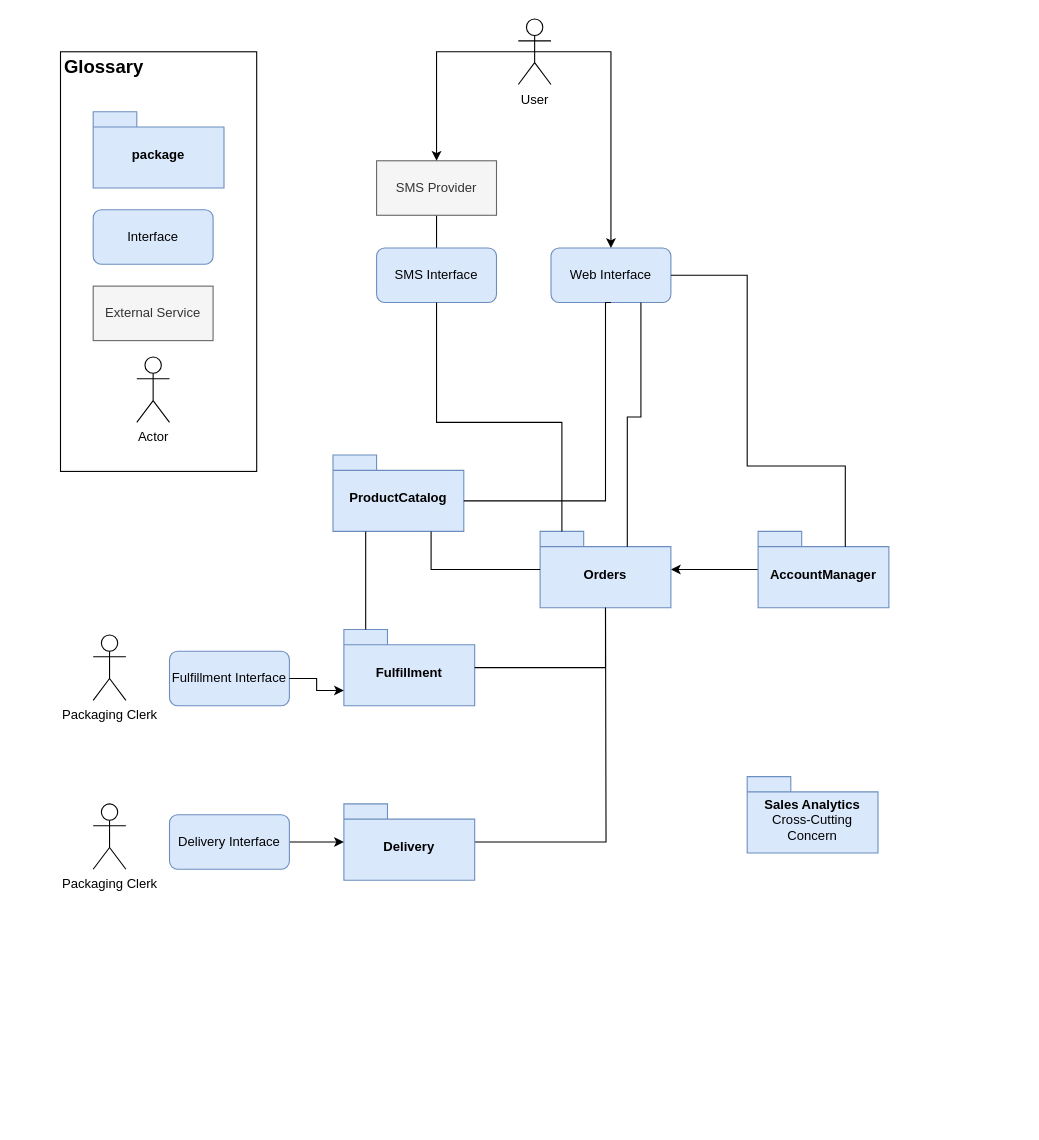
Earlier version of the draw.io diagram EarlyBird_High_Level_Model.drawio (Adrian-Hansen-dev/software-architecture). Source tidied: cells renumbered, new cells numbered last; positions are measured from the earlier drawing's top-left corner, leaving out a move shared by most shapes. Both pictures are drawn from the tidied source at 109%, with x=0, y=0 at pixel (60, 19).
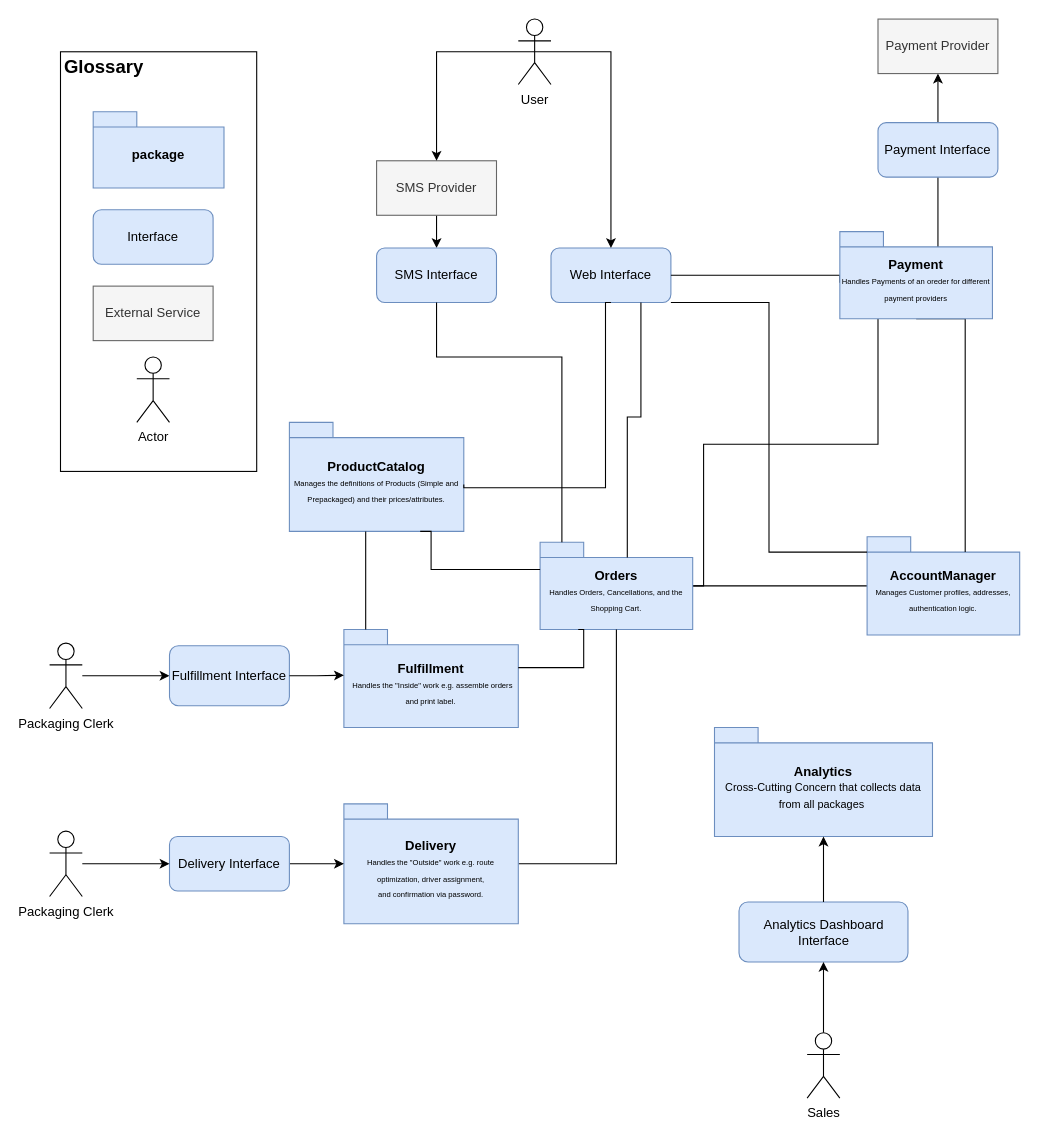
The same page after the edit.

Unchanged cells that the change refers to:
```xml
<mxCell id="10" value="SMS Provider" style="html=1;whiteSpace=wrap;fillColor=#f5f5f5;fontColor=#333333;strokeColor=#666666;" parent="1" vertex="1">
  <mxGeometry x="290" y="130" width="110" height="50" as="geometry" />
</mxCell>
<mxCell id="12" value="SMS Interface" style="html=1;whiteSpace=wrap;fillColor=#dae8fc;strokeColor=#6c8ebf;rounded=1;" parent="1" vertex="1">
  <mxGeometry x="290" y="210" width="110" height="50" as="geometry" />
</mxCell>
<mxCell id="13" value="Web Interface" style="html=1;whiteSpace=wrap;fillColor=#dae8fc;strokeColor=#6c8ebf;rounded=1;" parent="1" vertex="1">
  <mxGeometry x="450" y="210" width="110" height="50" as="geometry" />
</mxCell>
```

What changed in the source:
```diff
@@
-    <mxCell id="3" value="&lt;span class=&quot;notion-enable-hover&quot;&gt;ProductCatalog&lt;/span&gt;" style="shape=folder;fontStyle=1;spacingTop=10;tabWidth=40;tabHeight=14;tabPosition=left;html=1;whiteSpace=wrap;fillColor=#dae8fc;strokeColor=#6c8ebf;" parent="1" vertex="1">
-      <mxGeometry x="250" y="400" width="120" height="70" as="geometry" />
+    <mxCell id="3" value="&lt;span class=&quot;notion-enable-hover&quot;&gt;ProductCatalog&lt;/span&gt;&lt;div&gt;&lt;span style=&quot;font-weight: normal;&quot;&gt;&lt;font style=&quot;font-size: 7px;&quot;&gt;Manages the definitions of &lt;span style=&quot;&quot;&gt;Products&lt;/span&gt; (Simple and Prepackaged) and their prices/attributes.&lt;/font&gt;&lt;/span&gt;&lt;/div&gt;" style="shape=folder;fontStyle=1;spacingTop=10;tabWidth=40;tabHeight=14;tabPosition=left;html=1;whiteSpace=wrap;fillColor=#dae8fc;strokeColor=#6c8ebf;" parent="1" vertex="1">
+      <mxGeometry x="210" y="370" width="160" height="100" as="geometry" />
     </mxCell>
-    <mxCell id="4" style="edgeStyle=orthogonalEdgeStyle;rounded=0;jettySize=auto;html=1;" parent="1" edge="1" source="5" target="6">
+    <mxCell id="4" style="edgeStyle=orthogonalEdgeStyle;rounded=0;jettySize=auto;html=1;endArrow=none;endFill=0;" parent="1" edge="1" source="5" target="6">
       <mxGeometry relative="1" as="geometry" />
     </mxCell>
-    <mxCell id="5" value="&lt;span class=&quot;notion-enable-hover&quot;&gt;AccountManager&lt;/span&gt;" style="shape=folder;fontStyle=1;spacingTop=10;tabWidth=40;tabHeight=14;tabPosition=left;html=1;whiteSpace=wrap;fillColor=#dae8fc;strokeColor=#6c8ebf;" parent="1" vertex="1">
-      <mxGeometry x="640" y="470" width="120" height="70" as="geometry" />
+    <mxCell id="5" value="&lt;span class=&quot;notion-enable-hover&quot;&gt;AccountManager&lt;/span&gt;&lt;div&gt;&lt;span class=&quot;notion-enable-hover&quot;&gt;&lt;span style=&quot;font-size: 7px; font-weight: 400; text-align: left;&quot;&gt;Manages&amp;nbsp;&lt;/span&gt;&lt;span style=&quot;font-size: 7px; font-weight: 400; text-align: left;&quot;&gt;Customer&lt;/span&gt;&lt;span style=&quot;font-size: 7px; font-weight: 400; text-align: left;&quot;&gt;&amp;nbsp;profiles, addresses, authentication logic.&lt;/span&gt;&lt;/span&gt;&lt;/div&gt;" style="shape=folder;fontStyle=1;spacingTop=10;tabWidth=40;tabHeight=14;tabPosition=left;html=1;whiteSpace=wrap;fillColor=#dae8fc;strokeColor=#6c8ebf;" parent="1" vertex="1">
+      <mxGeometry x="740" y="475" width="140" height="90" as="geometry" />
     </mxCell>
+    <mxCell id="36" style="edgeStyle=orthogonalEdgeStyle;rounded=0;jettySize=auto;html=1;endArrow=none;endFill=0;entryX=0.25;entryY=1;entryDx=0;entryDy=0;entryPerimeter=0;" parent="1" edge="1" source="6" target="46">
+      <mxGeometry relative="1" as="geometry">
+        <Array as="points">
+          <mxPoint x="590" y="520" />
+          <mxPoint x="590" y="390" />
+          <mxPoint x="750" y="390" />
+        </Array>
+      </mxGeometry>
+    </mxCell>
-    <mxCell id="6" value="&lt;span class=&quot;notion-enable-hover&quot;&gt;Orders&lt;/span&gt;" style="shape=folder;fontStyle=1;spacingTop=10;tabWidth=40;tabHeight=14;tabPosition=left;html=1;whiteSpace=wrap;fillColor=#dae8fc;strokeColor=#6c8ebf;" parent="1" vertex="1">
-      <mxGeometry x="440" y="470" width="120" height="70" as="geometry" />
+    <mxCell id="6" value="&lt;span class=&quot;notion-enable-hover&quot;&gt;Orders&lt;/span&gt;&lt;div&gt;&lt;span class=&quot;notion-enable-hover&quot; style=&quot;font-weight: normal;&quot;&gt;&lt;font style=&quot;font-size: 7px;&quot;&gt;Handles &lt;span style=&quot;&quot;&gt;Orders&lt;/span&gt;, &lt;span style=&quot;&quot;&gt;Cancellations&lt;/span&gt;, and the &lt;span style=&quot;&quot;&gt;Shopping Cart.&lt;/span&gt;&lt;/font&gt;&lt;/span&gt;&lt;/div&gt;" style="shape=folder;fontStyle=1;spacingTop=10;tabWidth=40;tabHeight=14;tabPosition=left;html=1;whiteSpace=wrap;fillColor=#dae8fc;strokeColor=#6c8ebf;" parent="1" vertex="1">
+      <mxGeometry x="440" y="480" width="140" height="80" as="geometry" />
     </mxCell>
-    <mxCell id="7" value="&lt;span class=&quot;notion-enable-hover&quot;&gt;Sales Analytics&lt;/span&gt;&lt;div&gt;&lt;span class=&quot;notion-enable-hover&quot; style=&quot;font-weight: normal;&quot;&gt;Cross-Cutting Concern&lt;/span&gt;&lt;/div&gt;" style="shape=folder;fontStyle=1;spacingTop=10;tabWidth=40;tabHeight=14;tabPosition=left;html=1;whiteSpace=wrap;fillColor=#dae8fc;strokeColor=#6c8ebf;" parent="1" vertex="1">
-      <mxGeometry x="630" y="695" width="120" height="70" as="geometry" />
+    <mxCell id="7" value="&lt;span class=&quot;notion-enable-hover&quot;&gt;Analytics&lt;/span&gt;&lt;div&gt;&lt;span class=&quot;notion-enable-hover&quot; style=&quot;font-weight: normal;&quot;&gt;&lt;font style=&quot;font-size: 10px;&quot;&gt;Cross-Cutting Concern that collects data from all packages&amp;nbsp;&lt;/font&gt;&lt;/span&gt;&lt;/div&gt;" style="shape=folder;fontStyle=1;spacingTop=10;tabWidth=40;tabHeight=14;tabPosition=left;html=1;whiteSpace=wrap;fillColor=#dae8fc;strokeColor=#6c8ebf;" parent="1" vertex="1">
+      <mxGeometry x="600" y="650" width="200" height="100" as="geometry" />
     </mxCell>
-    <mxCell id="8" value="Fulfillment" style="shape=folder;fontStyle=1;spacingTop=10;tabWidth=40;tabHeight=14;tabPosition=left;html=1;whiteSpace=wrap;fillColor=#dae8fc;strokeColor=#6c8ebf;" parent="1" vertex="1">
-      <mxGeometry x="260" y="560" width="120" height="70" as="geometry" />
+    <mxCell id="8" value="Fulfillment&lt;div&gt;&amp;nbsp;&lt;font style=&quot;font-size: 7px; font-weight: normal;&quot;&gt;Handles the &quot;Inside&quot; work e.g. assemble orders and print label.&lt;/font&gt;&lt;/div&gt;" style="shape=folder;fontStyle=1;spacingTop=10;tabWidth=40;tabHeight=14;tabPosition=left;html=1;whiteSpace=wrap;fillColor=#dae8fc;strokeColor=#6c8ebf;" parent="1" vertex="1">
+      <mxGeometry x="260" y="560" width="160" height="90" as="geometry" />
     </mxCell>
-    <mxCell id="9" style="edgeStyle=orthogonalEdgeStyle;rounded=0;jettySize=auto;html=1;entryX=0.5;entryY=0;entryDx=0;entryDy=0;endArrow=none;endFill=0;" parent="1" edge="1" source="10" target="12">
+    <mxCell id="9" style="edgeStyle=orthogonalEdgeStyle;rounded=0;jettySize=auto;html=1;entryX=0.5;entryY=0;entryDx=0;entryDy=0;endArrow=classic;endFill=1;" parent="1" edge="1" source="10" target="12">
       <mxGeometry relative="1" as="geometry" />
     </mxCell>
@@
+    <mxCell id="37" style="edgeStyle=orthogonalEdgeStyle;rounded=0;jettySize=auto;html=1;entryX=0;entryY=0.5;entryDx=0;entryDy=0;" parent="1" edge="1" source="11" target="20">
+      <mxGeometry relative="1" as="geometry" />
+    </mxCell>
     <mxCell id="11" value="Packaging Clerk" style="shape=umlActor;verticalLabelPosition=bottom;verticalAlign=top;html=1;" parent="1" vertex="1">
-      <mxGeometry x="30" y="565" width="30" height="60" as="geometry" />
+      <mxGeometry x="-10" y="572.5" width="30" height="60" as="geometry" />
     </mxCell>
@@
-    <mxCell id="14" style="edgeStyle=orthogonalEdgeStyle;rounded=0;jettySize=auto;html=1;endArrow=none;endFill=0;" parent="1" edge="1" source="15">
-      <mxGeometry relative="1" as="geometry">
-        <mxPoint x="500" y="540" as="targetPoint" />
-      </mxGeometry>
+    <mxCell id="14" style="edgeStyle=orthogonalEdgeStyle;rounded=0;jettySize=auto;html=1;endArrow=none;endFill=0;entryX=0.5;entryY=1;entryDx=0;entryDy=0;entryPerimeter=0;" parent="1" edge="1" source="15" target="6">
+      <mxGeometry relative="1" as="geometry" />
     </mxCell>
-    <mxCell id="15" value="Delivery" style="shape=folder;fontStyle=1;spacingTop=10;tabWidth=40;tabHeight=14;tabPosition=left;html=1;whiteSpace=wrap;fillColor=#dae8fc;strokeColor=#6c8ebf;" parent="1" vertex="1">
-      <mxGeometry x="260" y="720" width="120" height="70" as="geometry" />
+    <mxCell id="15" value="Delivery&lt;div&gt;&lt;font style=&quot;font-size: 7px; font-weight: normal;&quot; face=&quot;Helvetica&quot;&gt;Handles the &quot;Outside&quot; work e.g. route optimization,&amp;nbsp;driver assignment, and&amp;nbsp;confirmation&amp;nbsp;via password.&lt;/font&gt;&lt;/div&gt;" style="shape=folder;fontStyle=1;spacingTop=10;tabWidth=40;tabHeight=14;tabPosition=left;html=1;whiteSpace=wrap;fillColor=#dae8fc;strokeColor=#6c8ebf;" parent="1" vertex="1">
+      <mxGeometry x="260" y="720" width="160" height="110" as="geometry" />
     </mxCell>
-    <mxCell id="16" style="edgeStyle=orthogonalEdgeStyle;rounded=0;jettySize=auto;html=1;entryX=0;entryY=0;entryDx=80;entryDy=14;entryPerimeter=0;exitX=1;exitY=0.5;exitDx=0;exitDy=0;endArrow=none;endFill=0;" parent="1" edge="1" source="13" target="5">
+    <mxCell id="16" style="edgeStyle=orthogonalEdgeStyle;rounded=0;jettySize=auto;html=1;exitX=0.5;exitY=1;exitDx=0;exitDy=0;endArrow=none;endFill=0;entryX=0;entryY=0;entryDx=90;entryDy=14;entryPerimeter=0;exitPerimeter=0;" parent="1" edge="1" source="46" target="5">
       <mxGeometry relative="1" as="geometry">
         <Array as="points">
-          <mxPoint x="630" y="235" />
-          <mxPoint x="630" y="410" />
-          <mxPoint x="720" y="410" />
+          <mxPoint x="830" y="275" />
         </Array>
       </mxGeometry>
     </mxCell>
-    <mxCell id="17" style="edgeStyle=orthogonalEdgeStyle;rounded=0;jettySize=auto;html=1;entryX=0;entryY=0;entryDx=120;entryDy=42;entryPerimeter=0;exitX=0.5;exitY=1;exitDx=0;exitDy=0;endArrow=none;endFill=0;" parent="1" edge="1" source="13" target="3">
+    <mxCell id="17" style="edgeStyle=orthogonalEdgeStyle;rounded=0;jettySize=auto;html=1;entryX=0;entryY=0;entryDx=160;entryDy=57;entryPerimeter=0;exitX=0.5;exitY=1;exitDx=0;exitDy=0;endArrow=none;endFill=0;" parent="1" edge="1" source="13" target="3">
       <mxGeometry relative="1" as="geometry">
         <Array as="points">
           <mxPoint x="500" y="260" />
-          <mxPoint x="500" y="442" />
+          <mxPoint x="500" y="430" />
+          <mxPoint x="370" y="430" />
         </Array>
       </mxGeometry>
     </mxCell>
-    <mxCell id="18" style="edgeStyle=orthogonalEdgeStyle;rounded=0;jettySize=auto;html=1;entryX=0.5;entryY=1;entryDx=0;entryDy=0;entryPerimeter=0;endArrow=none;endFill=0;" parent="1" edge="1" source="8" target="6">
-      <mxGeometry relative="1" as="geometry" />
+    <mxCell id="18" style="edgeStyle=orthogonalEdgeStyle;rounded=0;jettySize=auto;html=1;endArrow=none;endFill=0;entryX=0.25;entryY=1;entryDx=0;entryDy=0;entryPerimeter=0;" parent="1" edge="1" source="8" target="6">
+      <mxGeometry relative="1" as="geometry">
+        <Array as="points">
+          <mxPoint x="480" y="595" />
+          <mxPoint x="480" y="560" />
+        </Array>
+      </mxGeometry>
     </mxCell>
@@
     <mxCell id="20" value="Fulfillment Interface" style="html=1;whiteSpace=wrap;fillColor=#dae8fc;strokeColor=#6c8ebf;rounded=1;" parent="1" vertex="1">
-      <mxGeometry x="100" y="580" width="110" height="50" as="geometry" />
+      <mxGeometry x="100" y="575" width="110" height="55" as="geometry" />
     </mxCell>
@@
     <mxCell id="24" style="edgeStyle=orthogonalEdgeStyle;rounded=0;jettySize=auto;html=1;endArrow=none;endFill=0;entryX=0;entryY=0;entryDx=20;entryDy=0;entryPerimeter=0;" parent="1" edge="1" source="12" target="6">
       <mxGeometry relative="1" as="geometry">
         <Array as="points">
-          <mxPoint x="345" y="370" />
-          <mxPoint x="460" y="370" />
+          <mxPoint x="345" y="310" />
+          <mxPoint x="460" y="310" />
         </Array>
       </mxGeometry>
     </mxCell>
@@
     <mxCell id="27" value="Delivery Interface" style="html=1;whiteSpace=wrap;fillColor=#dae8fc;strokeColor=#6c8ebf;rounded=1;" parent="1" vertex="1">
-      <mxGeometry x="100" y="730" width="110" height="50" as="geometry" />
+      <mxGeometry x="100" y="750" width="110" height="50" as="geometry" />
     </mxCell>
-    <mxCell id="28" style="edgeStyle=orthogonalEdgeStyle;rounded=0;jettySize=auto;html=1;entryX=0;entryY=0;entryDx=0;entryDy=56;entryPerimeter=0;" parent="1" edge="1" source="20" target="8">
+    <mxCell id="28" style="edgeStyle=orthogonalEdgeStyle;rounded=0;jettySize=auto;html=1;entryX=0;entryY=0;entryDx=0;entryDy=42;entryPerimeter=0;" parent="1" edge="1" source="20" target="8">
       <mxGeometry relative="1" as="geometry" />
     </mxCell>
+    <mxCell id="38" style="edgeStyle=orthogonalEdgeStyle;rounded=0;jettySize=auto;html=1;entryX=0;entryY=0.5;entryDx=0;entryDy=0;" parent="1" edge="1" source="29" target="27">
+      <mxGeometry relative="1" as="geometry" />
+    </mxCell>
     <mxCell id="29" value="Packaging Clerk" style="shape=umlActor;verticalLabelPosition=bottom;verticalAlign=top;html=1;" parent="1" vertex="1">
-      <mxGeometry x="30" y="720" width="30" height="60" as="geometry" />
+      <mxGeometry x="-10" y="745" width="30" height="60" as="geometry" />
     </mxCell>
@@
+    <mxCell id="39" value="Analytics Dashboard Interface" style="html=1;whiteSpace=wrap;fillColor=#dae8fc;strokeColor=#6c8ebf;rounded=1;" parent="1" vertex="1">
+      <mxGeometry x="622.5" y="810" width="155" height="55" as="geometry" />
+    </mxCell>
+    <mxCell id="40" style="edgeStyle=orthogonalEdgeStyle;rounded=0;jettySize=auto;html=1;entryX=0.5;entryY=1;entryDx=0;entryDy=0;entryPerimeter=0;" parent="1" edge="1" source="39" target="7">
+      <mxGeometry relative="1" as="geometry" />
+    </mxCell>
+    <mxCell id="41" style="edgeStyle=orthogonalEdgeStyle;rounded=0;jettySize=auto;html=1;entryX=0.5;entryY=1;entryDx=0;entryDy=0;" parent="1" edge="1" source="42" target="39">
+      <mxGeometry relative="1" as="geometry" />
+    </mxCell>
+    <mxCell id="42" value="Sales" style="shape=umlActor;verticalLabelPosition=bottom;verticalAlign=top;html=1;" parent="1" vertex="1">
+      <mxGeometry x="685" y="930" width="30" height="60" as="geometry" />
+    </mxCell>
+    <mxCell id="43" style="edgeStyle=orthogonalEdgeStyle;rounded=0;jettySize=auto;html=1;exitX=0;exitY=0;exitDx=90;exitDy=14;exitPerimeter=0;" parent="1" edge="1" source="46" target="44">
+      <mxGeometry relative="1" as="geometry" />
+    </mxCell>
+    <mxCell id="44" value="Payment Provider" style="html=1;whiteSpace=wrap;fillColor=#f5f5f5;fontColor=#333333;strokeColor=#666666;" parent="1" vertex="1">
+      <mxGeometry x="750" width="110" height="50" as="geometry" />
+    </mxCell>
+    <mxCell id="45" style="edgeStyle=orthogonalEdgeStyle;rounded=0;jettySize=auto;html=1;exitX=1;exitY=0.5;exitDx=0;exitDy=0;endArrow=none;endFill=0;entryX=0;entryY=0;entryDx=0;entryDy=47;entryPerimeter=0;" parent="1" edge="1" source="13" target="46">
+      <mxGeometry relative="1" as="geometry">
+        <Array as="points">
+          <mxPoint x="715" y="235" />
+        </Array>
+      </mxGeometry>
+    </mxCell>
+    <mxCell id="46" value="&lt;div&gt;&lt;span class=&quot;notion-enable-hover&quot; style=&quot;&quot;&gt;&lt;font style=&quot;&quot;&gt;Payment&lt;/font&gt;&lt;/span&gt;&lt;/div&gt;&lt;div&gt;&lt;span style=&quot;font-size: 7px; font-weight: 400;&quot;&gt;Handles Payments of an oreder for different payment providers&lt;/span&gt;&lt;/div&gt;" style="shape=folder;fontStyle=1;spacingTop=10;tabWidth=40;tabHeight=14;tabPosition=left;html=1;whiteSpace=wrap;fillColor=#dae8fc;strokeColor=#6c8ebf;" parent="1" vertex="1">
+      <mxGeometry x="715" y="195" width="140" height="80" as="geometry" />
+    </mxCell>
+    <mxCell id="47" style="edgeStyle=orthogonalEdgeStyle;rounded=0;jettySize=auto;html=1;entryX=0;entryY=0;entryDx=0;entryDy=14;entryPerimeter=0;exitX=1;exitY=1;exitDx=0;exitDy=0;endArrow=none;endFill=0;" parent="1" edge="1" source="13" target="5">
+      <mxGeometry relative="1" as="geometry">
+        <Array as="points">
+          <mxPoint x="650" y="260" />
+          <mxPoint x="650" y="489" />
+        </Array>
+      </mxGeometry>
+    </mxCell>
+    <mxCell id="48" value="Payment Interface" style="html=1;whiteSpace=wrap;fillColor=#dae8fc;strokeColor=#6c8ebf;rounded=1;" parent="1" vertex="1">
+      <mxGeometry x="750" y="95" width="110" height="50" as="geometry" />
+    </mxCell>
```
